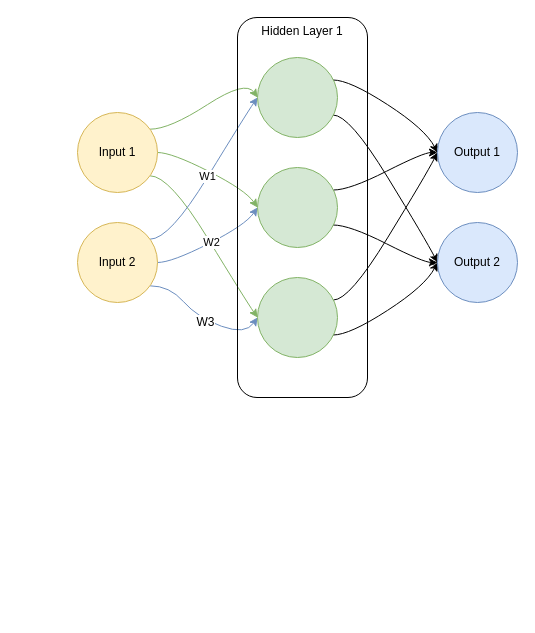
This is page "Page-1" (1 of 2) of demo/simpleANN.drawio from romanbody/ML, a draw.io file, before an edit. Source tidied: cells renumbered, new cells numbered last; positions are measured from the earlier drawing's top-left corner, leaving out a move shared by most shapes. Both pictures are drawn from the tidied source at 100%, with x=0, y=0 at pixel (77, 17).
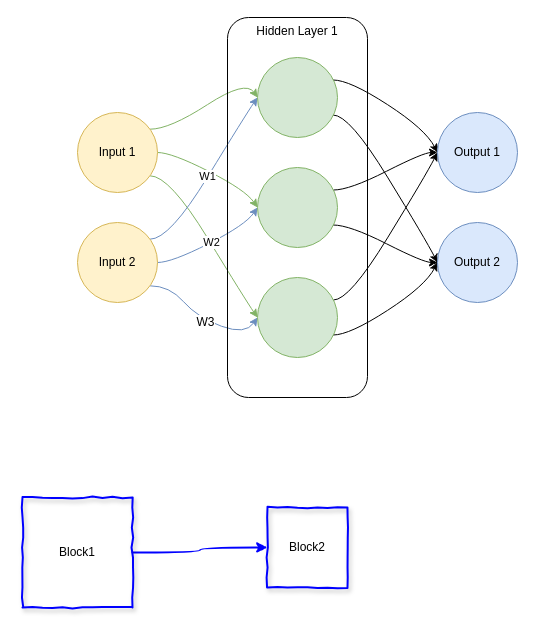
Above is the later version.

Change to the diagram source:
```diff
@@
     <mxCell id="22" value="Hidden Layer 1" style="rounded=1;whiteSpace=wrap;html=1;fillColor=none;verticalAlign=top;" parent="1" vertex="1">
-      <mxGeometry x="160" width="130" height="380" as="geometry" />
+      <mxGeometry x="150" width="140" height="380" as="geometry" />
     </mxCell>
+    <mxCell id="23" style="edgeStyle=orthogonalEdgeStyle;jettySize=auto;html=1;entryX=0;entryY=0.5;entryDx=0;entryDy=0;curved=1;strokeColor=#0000FF;strokeWidth=2;comic=1;shadow=0;" parent="1" edge="1" source="24" target="25">
+      <mxGeometry relative="1" as="geometry" />
+    </mxCell>
+    <mxCell id="24" value="Block1" style="whiteSpace=wrap;html=1;fillColor=none;comic=1;strokeWidth=2;strokeColor=#0000FF;shadow=1;" parent="1" vertex="1">
+      <mxGeometry x="-55" y="480" width="110" height="110" as="geometry" />
+    </mxCell>
+    <mxCell id="25" value="Block2" style="whiteSpace=wrap;html=1;comic=1;strokeColor=#0000FF;strokeWidth=2;fillColor=none;shadow=1;" parent="1" vertex="1">
+      <mxGeometry x="190" y="490" width="80" height="80" as="geometry" />
+    </mxCell>
```
